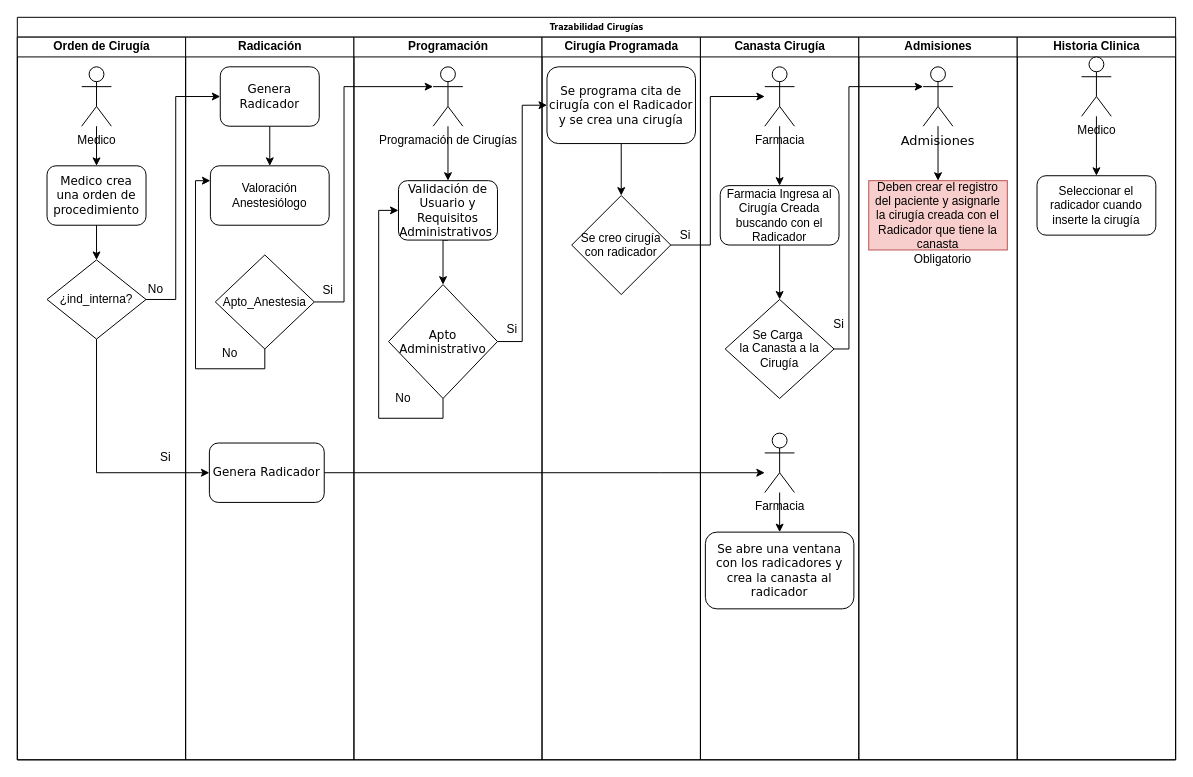
The draw.io diagram Diagrama sin título.drawio in cinhosoft/Diagramas-Publicos, before the edit. Source tidied: cells renumbered, new cells numbered last; positions are measured from the earlier drawing's top-left corner, leaving out a move shared by most shapes. Both pictures are drawn from the tidied source at 99%, with x=0, y=0 at pixel (17, 17).
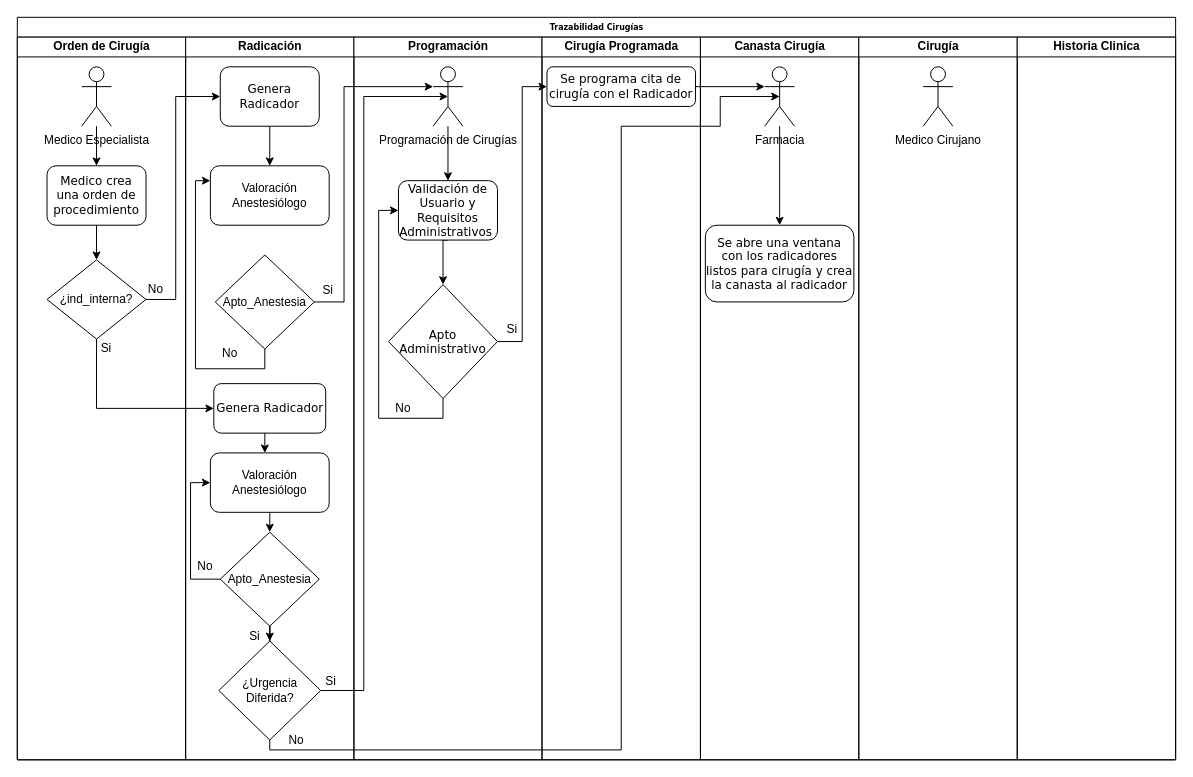
The same diagram, later.

Unchanged cells that the change refers to:
```xml
<mxCell id="2" value="Trazabilidad Cirugías" style="swimlane;html=1;startSize=20;rounded=0;shadow=0;labelBackgroundColor=none;strokeWidth=1;fontFamily=Verdana;fontSize=8;align=center;" parent="1" vertex="1">
  <mxGeometry width="1170" height="750" as="geometry" />
</mxCell>
<mxCell id="3" value="Orden de Cirugía" style="swimlane;html=1;startSize=20;" parent="2" vertex="1">
  <mxGeometry y="20" width="170" height="730" as="geometry" />
</mxCell>
<mxCell id="9" value="Radicación" style="swimlane;html=1;startSize=20;" parent="2" vertex="1">
  <mxGeometry x="170" y="20" width="170" height="730" as="geometry" />
</mxCell>
<mxCell id="21" value="Programación" style="swimlane;html=1;startSize=20;" parent="2" vertex="1">
  <mxGeometry x="340" y="20" width="190" height="730" as="geometry" />
</mxCell>
<mxCell id="28" value="Programación de Cirugías" style="shape=umlActor;verticalLabelPosition=bottom;verticalAlign=top;html=1;outlineConnect=0;" parent="21" vertex="1">
  <mxGeometry x="80" y="30" width="30" height="60" as="geometry" />
</mxCell>
<mxCell id="30" value="Cirugía Programada" style="swimlane;html=1;startSize=20;" parent="2" vertex="1">
  <mxGeometry x="530" y="20" width="160" height="730" as="geometry" />
</mxCell>
<mxCell id="36" value="Canasta Cirugía" style="swimlane;html=1;startSize=20;" parent="2" vertex="1">
  <mxGeometry x="690" y="20" width="160" height="730" as="geometry" />
</mxCell>
<mxCell id="51" value="Historia Clinica" style="swimlane;html=1;startSize=20;" parent="2" vertex="1">
  <mxGeometry x="1010" y="20" width="160" height="730" as="geometry" />
</mxCell>
```

Diff of the diagram source:
```diff
@@
-    <mxCell id="5" value="Medico" style="shape=umlActor;verticalLabelPosition=bottom;verticalAlign=top;html=1;outlineConnect=0;" parent="3" vertex="1">
+    <mxCell id="5" value="Medico Especialista" style="shape=umlActor;verticalLabelPosition=bottom;verticalAlign=top;html=1;outlineConnect=0;" parent="3" vertex="1">
       <mxGeometry x="65" y="30" width="30" height="60" as="geometry" />
     </mxCell>
@@
-    <mxCell id="8" value="Si" style="text;html=1;align=center;verticalAlign=middle;whiteSpace=wrap;rounded=0;" parent="3" vertex="1">
-      <mxGeometry x="130" y="410" width="40" height="30" as="geometry" />
-    </mxCell>
+    <mxCell id="60" value="Si" style="text;html=1;align=center;verticalAlign=middle;whiteSpace=wrap;rounded=0;" parent="3" vertex="1">
+      <mxGeometry x="70" y="300" width="40" height="30" as="geometry" />
+    </mxCell>
@@
+    <mxCell id="61" style="edgeStyle=orthogonalEdgeStyle;rounded=0;jettySize=auto;html=1;exitX=0.5;exitY=1;exitDx=0;exitDy=0;" parent="9" edge="1" source="20" target="63">
+      <mxGeometry relative="1" as="geometry">
+        <Array as="points">
+          <mxPoint x="80" y="390" />
+        </Array>
+      </mxGeometry>
+    </mxCell>
     <mxCell id="20" value="&lt;font style=&quot;font-size: 12px;&quot;&gt;Genera Radicador&lt;/font&gt;" style="rounded=1;whiteSpace=wrap;html=1;shadow=0;labelBackgroundColor=none;strokeWidth=1;fontFamily=Verdana;fontSize=8;align=center;" parent="9" vertex="1">
-      <mxGeometry x="24" y="410" width="116" height="60" as="geometry" />
+      <mxGeometry x="28.5" y="350" width="113" height="50" as="geometry" />
     </mxCell>
+    <mxCell id="62" style="edgeStyle=orthogonalEdgeStyle;rounded=0;jettySize=auto;html=1;exitX=0.5;exitY=1;exitDx=0;exitDy=0;entryX=0.5;entryY=0;entryDx=0;entryDy=0;" parent="9" edge="1" source="63" target="66">
+      <mxGeometry relative="1" as="geometry" />
+    </mxCell>
+    <mxCell id="63" value="Valoración Anestesiólogo" style="rounded=1;whiteSpace=wrap;html=1;" parent="9" vertex="1">
+      <mxGeometry x="25" y="420" width="120" height="60" as="geometry" />
+    </mxCell>
+    <mxCell id="64" style="edgeStyle=orthogonalEdgeStyle;rounded=0;jettySize=auto;html=1;exitX=0;exitY=0.5;exitDx=0;exitDy=0;entryX=0;entryY=0.5;entryDx=0;entryDy=0;" parent="9" edge="1" source="66" target="63">
+      <mxGeometry relative="1" as="geometry" />
+    </mxCell>
+    <mxCell id="65" style="edgeStyle=orthogonalEdgeStyle;rounded=0;jettySize=auto;html=1;exitX=0.5;exitY=1;exitDx=0;exitDy=0;" parent="9" edge="1" source="66" target="68">
+      <mxGeometry relative="1" as="geometry" />
+    </mxCell>
+    <mxCell id="66" value="Apto_Anestesia" style="rhombus;whiteSpace=wrap;html=1;" parent="9" vertex="1">
+      <mxGeometry x="35" y="500" width="100" height="95" as="geometry" />
+    </mxCell>
+    <mxCell id="67" value="No" style="text;html=1;align=center;verticalAlign=middle;whiteSpace=wrap;rounded=0;" parent="9" vertex="1">
+      <mxGeometry y="520" width="40" height="30" as="geometry" />
+    </mxCell>
+    <mxCell id="68" value="¿Urgencia Diferida?" style="rhombus;whiteSpace=wrap;html=1;" parent="9" vertex="1">
+      <mxGeometry x="33.6" y="610" width="102.8" height="100" as="geometry" />
+    </mxCell>
+    <mxCell id="69" value="Si" style="text;html=1;align=center;verticalAlign=middle;whiteSpace=wrap;rounded=0;" parent="9" vertex="1">
+      <mxGeometry x="50" y="590" width="40" height="30" as="geometry" />
+    </mxCell>
+    <mxCell id="70" value="Si" style="text;html=1;align=center;verticalAlign=middle;whiteSpace=wrap;rounded=0;" parent="9" vertex="1">
+      <mxGeometry x="127" y="636" width="40" height="30" as="geometry" />
+    </mxCell>
+    <mxCell id="71" value="No" style="text;html=1;align=center;verticalAlign=middle;whiteSpace=wrap;rounded=0;" parent="9" vertex="1">
+      <mxGeometry x="95.4" y="701" width="33.6" height="20" as="geometry" />
+    </mxCell>
@@
     <mxCell id="29" value="No" style="text;html=1;align=center;verticalAlign=middle;whiteSpace=wrap;rounded=0;" parent="21" vertex="1">
-      <mxGeometry x="30" y="350" width="40" height="30" as="geometry" />
+      <mxGeometry x="30" y="360" width="40" height="30" as="geometry" />
     </mxCell>
@@
-    <mxCell id="31" style="edgeStyle=orthogonalEdgeStyle;rounded=0;jettySize=auto;html=1;exitX=0.5;exitY=1;exitDx=0;exitDy=0;" parent="30" edge="1" source="32" target="33">
-      <mxGeometry relative="1" as="geometry" />
-    </mxCell>
-    <mxCell id="32" value="&lt;font style=&quot;font-size: 12px;&quot;&gt;Se programa cita de cirugía con el Radicador y se crea una cirugía&lt;/font&gt;" style="rounded=1;whiteSpace=wrap;html=1;shadow=0;labelBackgroundColor=none;strokeWidth=1;fontFamily=Verdana;fontSize=8;align=center;" parent="30" vertex="1">
-      <mxGeometry x="5" y="30" width="150" height="77.5" as="geometry" />
+    <mxCell id="32" value="&lt;font style=&quot;font-size: 12px;&quot;&gt;Se programa cita de cirugía con el Radicador&lt;/font&gt;" style="rounded=1;whiteSpace=wrap;html=1;shadow=0;labelBackgroundColor=none;strokeWidth=1;fontFamily=Verdana;fontSize=8;align=center;" parent="30" vertex="1">
+      <mxGeometry x="5" y="30" width="150" height="40" as="geometry" />
     </mxCell>
-    <mxCell id="33" value="Se creo cirugía con radicador" style="rhombus;whiteSpace=wrap;html=1;" parent="30" vertex="1">
-      <mxGeometry x="30" y="160" width="100" height="100" as="geometry" />
-    </mxCell>
-    <mxCell id="34" value="Si" style="text;html=1;align=center;verticalAlign=middle;whiteSpace=wrap;rounded=0;" parent="30" vertex="1">
-      <mxGeometry x="130" y="190" width="30" height="20" as="geometry" />
-    </mxCell>
@@
-    <mxCell id="37" style="edgeStyle=orthogonalEdgeStyle;rounded=0;jettySize=auto;html=1;exitX=0.5;exitY=1;exitDx=0;exitDy=0;" parent="36" edge="1" source="38" target="41">
-      <mxGeometry relative="1" as="geometry" />
-    </mxCell>
-    <mxCell id="38" value="Farmacia Ingresa al Cirugía Creada buscando con el Radicador" style="rounded=1;whiteSpace=wrap;html=1;" parent="36" vertex="1">
-      <mxGeometry x="20" y="150" width="120" height="60" as="geometry" />
-    </mxCell>
-    <mxCell id="39" style="edgeStyle=orthogonalEdgeStyle;rounded=0;jettySize=auto;html=1;" parent="36" edge="1" source="40" target="38">
-      <mxGeometry relative="1" as="geometry" />
-    </mxCell>
-    <mxCell id="40" value="Farmacia" style="shape=umlActor;verticalLabelPosition=bottom;verticalAlign=top;html=1;outlineConnect=0;" parent="36" vertex="1">
-      <mxGeometry x="65" y="30" width="30" height="60" as="geometry" />
-    </mxCell>
-    <mxCell id="41" value="Se Carga&amp;nbsp;&lt;div&gt;la Canasta a la Cirugía&lt;/div&gt;" style="rhombus;whiteSpace=wrap;html=1;" parent="36" vertex="1">
-      <mxGeometry x="25" y="265" width="110" height="100" as="geometry" />
-    </mxCell>
-    <mxCell id="42" value="Si" style="text;html=1;align=center;verticalAlign=middle;whiteSpace=wrap;rounded=0;" parent="36" vertex="1">
-      <mxGeometry x="125" y="280" width="30" height="20" as="geometry" />
-    </mxCell>
@@
     <mxCell id="44" value="Farmacia" style="shape=umlActor;verticalLabelPosition=bottom;verticalAlign=top;html=1;outlineConnect=0;" parent="36" vertex="1">
-      <mxGeometry x="65" y="400" width="30" height="60" as="geometry" />
+      <mxGeometry x="65" y="30" width="30" height="60" as="geometry" />
     </mxCell>
-    <mxCell id="45" value="&lt;span style=&quot;font-size: 12px;&quot;&gt;Se abre una ventana con los radicadores y crea la canasta al radicador&lt;/span&gt;" style="rounded=1;whiteSpace=wrap;html=1;shadow=0;labelBackgroundColor=none;strokeWidth=1;fontFamily=Verdana;fontSize=8;align=center;" parent="36" vertex="1">
-      <mxGeometry x="5" y="500" width="150" height="77.5" as="geometry" />
+    <mxCell id="45" value="&lt;span style=&quot;font-size: 12px;&quot;&gt;Se abre una ventana con los radicadores listos para cirugía y crea la canasta al radicador&lt;/span&gt;" style="rounded=1;whiteSpace=wrap;html=1;shadow=0;labelBackgroundColor=none;strokeWidth=1;fontFamily=Verdana;fontSize=8;align=center;" parent="36" vertex="1">
+      <mxGeometry x="5" y="190" width="150" height="77.5" as="geometry" />
     </mxCell>
-    <mxCell id="46" value="Admisiones" style="swimlane;html=1;startSize=20;" parent="2" vertex="1">
+    <mxCell id="46" value="Cirugía" style="swimlane;html=1;startSize=20;" parent="2" vertex="1">
       <mxGeometry x="850" y="20" width="160" height="730" as="geometry" />
     </mxCell>
-    <mxCell id="47" style="edgeStyle=orthogonalEdgeStyle;rounded=0;jettySize=auto;html=1;" parent="46" edge="1" source="48" target="49">
-      <mxGeometry relative="1" as="geometry" />
-    </mxCell>
-    <mxCell id="48" value="Admisiones" style="shape=umlActor;verticalLabelPosition=bottom;verticalAlign=top;html=1;outlineConnect=0;fontSize=13;fontFamily=Verdana;fillColor=default;align=center;whiteSpace=wrap;" parent="46" vertex="1">
-      <mxGeometry x="65" y="30" width="30" height="60" as="geometry" />
-    </mxCell>
-    <mxCell id="49" value="Deben crear el registro del paciente y asignarle la cirugía creada con el Radicador que tiene la canasta" style="rounded=0;whiteSpace=wrap;html=1;fillColor=#f8cecc;strokeColor=#b85450;" parent="46" vertex="1">
-      <mxGeometry x="10" y="145" width="140" height="70" as="geometry" />
-    </mxCell>
-    <mxCell id="50" value="Obligatorio" style="text;html=1;align=center;verticalAlign=middle;whiteSpace=wrap;rounded=0;" parent="46" vertex="1">
-      <mxGeometry x="70" y="215" width="30" height="20" as="geometry" />
-    </mxCell>
+    <mxCell id="53" value="Medico Cirujano" style="shape=umlActor;verticalLabelPosition=bottom;verticalAlign=top;html=1;outlineConnect=0;" parent="46" vertex="1">
+      <mxGeometry x="65" y="30" width="30" height="60" as="geometry" />
+    </mxCell>
@@
-    <mxCell id="52" style="edgeStyle=orthogonalEdgeStyle;rounded=0;jettySize=auto;html=1;entryX=0.5;entryY=0;entryDx=0;entryDy=0;" parent="51" edge="1" source="53" target="54">
-      <mxGeometry relative="1" as="geometry" />
-    </mxCell>
-    <mxCell id="53" value="Medico" style="shape=umlActor;verticalLabelPosition=bottom;verticalAlign=top;html=1;outlineConnect=0;" parent="51" vertex="1">
-      <mxGeometry x="65" y="20" width="30" height="60" as="geometry" />
-    </mxCell>
-    <mxCell id="54" value="Seleccionar el radicador cuando inserte la cirugía" style="rounded=1;whiteSpace=wrap;html=1;" parent="51" vertex="1">
-      <mxGeometry x="20" y="140" width="120" height="60" as="geometry" />
-    </mxCell>
@@
-    <mxCell id="57" style="edgeStyle=orthogonalEdgeStyle;rounded=0;jettySize=auto;html=1;exitX=1;exitY=0.5;exitDx=0;exitDy=0;" parent="2" edge="1" source="33" target="40">
-      <mxGeometry relative="1" as="geometry">
-        <Array as="points">
-          <mxPoint x="700" y="230" />
-          <mxPoint x="700" y="80" />
-        </Array>
-      </mxGeometry>
-    </mxCell>
-    <mxCell id="58" style="edgeStyle=orthogonalEdgeStyle;rounded=0;jettySize=auto;html=1;exitX=1;exitY=0.5;exitDx=0;exitDy=0;entryX=0;entryY=0.3333333333333333;entryDx=0;entryDy=0;entryPerimeter=0;" parent="2" edge="1" source="41" target="48">
-      <mxGeometry relative="1" as="geometry">
-        <Array as="points">
-          <mxPoint x="840" y="335" />
-          <mxPoint x="840" y="70" />
-        </Array>
-      </mxGeometry>
-    </mxCell>
-    <mxCell id="59" style="edgeStyle=orthogonalEdgeStyle;rounded=0;jettySize=auto;html=1;exitX=1;exitY=0.5;exitDx=0;exitDy=0;" parent="2" edge="1" source="20" target="44">
-      <mxGeometry relative="1" as="geometry">
-        <Array as="points">
-          <mxPoint x="650" y="460" />
-          <mxPoint x="650" y="460" />
-        </Array>
-      </mxGeometry>
-    </mxCell>
+    <mxCell id="72" style="edgeStyle=orthogonalEdgeStyle;rounded=0;jettySize=auto;html=1;exitX=1;exitY=0.5;exitDx=0;exitDy=0;entryX=0.5;entryY=0.5;entryDx=0;entryDy=0;entryPerimeter=0;" parent="2" edge="1" source="68" target="28">
+      <mxGeometry relative="1" as="geometry">
+        <Array as="points">
+          <mxPoint x="350" y="680" />
+          <mxPoint x="350" y="80" />
+        </Array>
+      </mxGeometry>
+    </mxCell>
+    <mxCell id="73" style="edgeStyle=orthogonalEdgeStyle;rounded=0;jettySize=auto;html=1;exitX=0.5;exitY=1;exitDx=0;exitDy=0;entryX=0.5;entryY=0.5;entryDx=0;entryDy=0;entryPerimeter=0;" parent="2" edge="1" source="68" target="44">
+      <mxGeometry relative="1" as="geometry">
+        <Array as="points">
+          <mxPoint x="255" y="740" />
+          <mxPoint x="610" y="740" />
+          <mxPoint x="610" y="110" />
+          <mxPoint x="710" y="110" />
+          <mxPoint x="710" y="80" />
+        </Array>
+      </mxGeometry>
+    </mxCell>
+    <mxCell id="74" style="edgeStyle=orthogonalEdgeStyle;rounded=0;jettySize=auto;html=1;exitX=1;exitY=0.5;exitDx=0;exitDy=0;entryX=0;entryY=0.3333333333333333;entryDx=0;entryDy=0;entryPerimeter=0;" parent="2" edge="1" source="32" target="44">
+      <mxGeometry relative="1" as="geometry" />
+    </mxCell>
```
